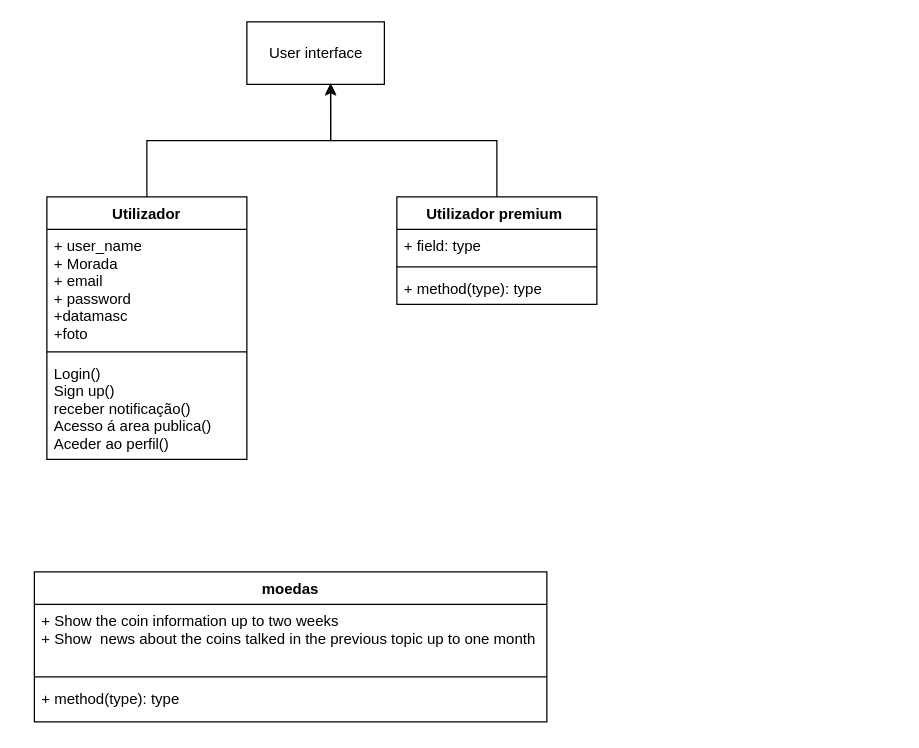
Above: Class_Diagram.drawio in bgabrielma/ES_Project (draw.io), before the change. Source tidied: cells renumbered, new cells numbered last; positions are measured from the earlier drawing's top-left corner, leaving out a move shared by most shapes. Both pictures are drawn from the tidied source at 125%, with x=0, y=0 at pixel (34, 21).
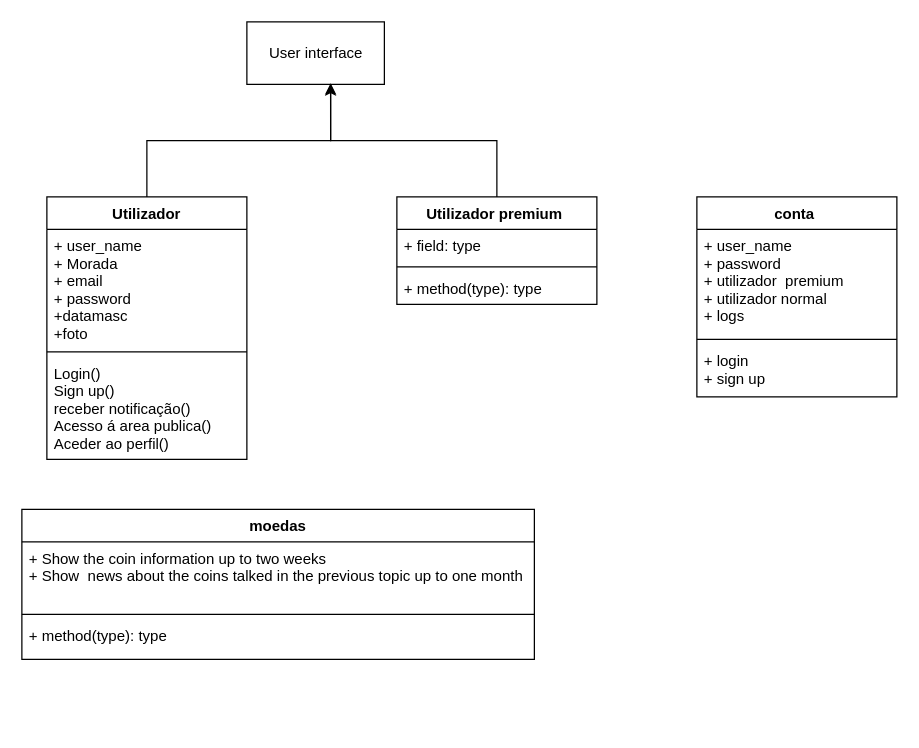
The same page after the edit.

The edit, as a diff of the source:
```diff
@@
     <mxCell id="13" value="moedas" style="swimlane;fontStyle=1;align=center;verticalAlign=top;horizontal=1;startSize=26;" parent="1" vertex="1">
-      <mxGeometry y="440" width="410" height="120" as="geometry" />
+      <mxGeometry x="-10" y="390" width="410" height="120" as="geometry" />
     </mxCell>
@@
+    <mxCell id="17" value="conta " style="swimlane;fontStyle=1;align=center;verticalAlign=top;horizontal=1;startSize=26;" parent="1" vertex="1">
+      <mxGeometry x="530" y="140" width="160" height="160" as="geometry" />
+    </mxCell>
+    <mxCell id="18" value="+ user_name &#10;+ password&#10;+ utilizador  premium&#10;+ utilizador normal&#10;+ logs" style="text;strokeColor=none;fillColor=none;align=left;verticalAlign=top;spacingLeft=4;spacingRight=4;overflow=hidden;" parent="17" vertex="1">
+      <mxGeometry y="26" width="160" height="84" as="geometry" />
+    </mxCell>
+    <mxCell id="19" style="line;strokeWidth=1;fillColor=none;align=left;verticalAlign=middle;spacingTop=-1;spacingLeft=3;spacingRight=3;labelPosition=right;strokeColor=inherit;" parent="17" vertex="1">
+      <mxGeometry y="110" width="160" height="8" as="geometry" />
+    </mxCell>
+    <mxCell id="20" value="+ login &#10;+ sign up" style="text;strokeColor=none;fillColor=none;align=left;verticalAlign=top;spacingLeft=4;spacingRight=4;overflow=hidden;" parent="17" vertex="1">
+      <mxGeometry y="118" width="160" height="42" as="geometry" />
+    </mxCell>
```
